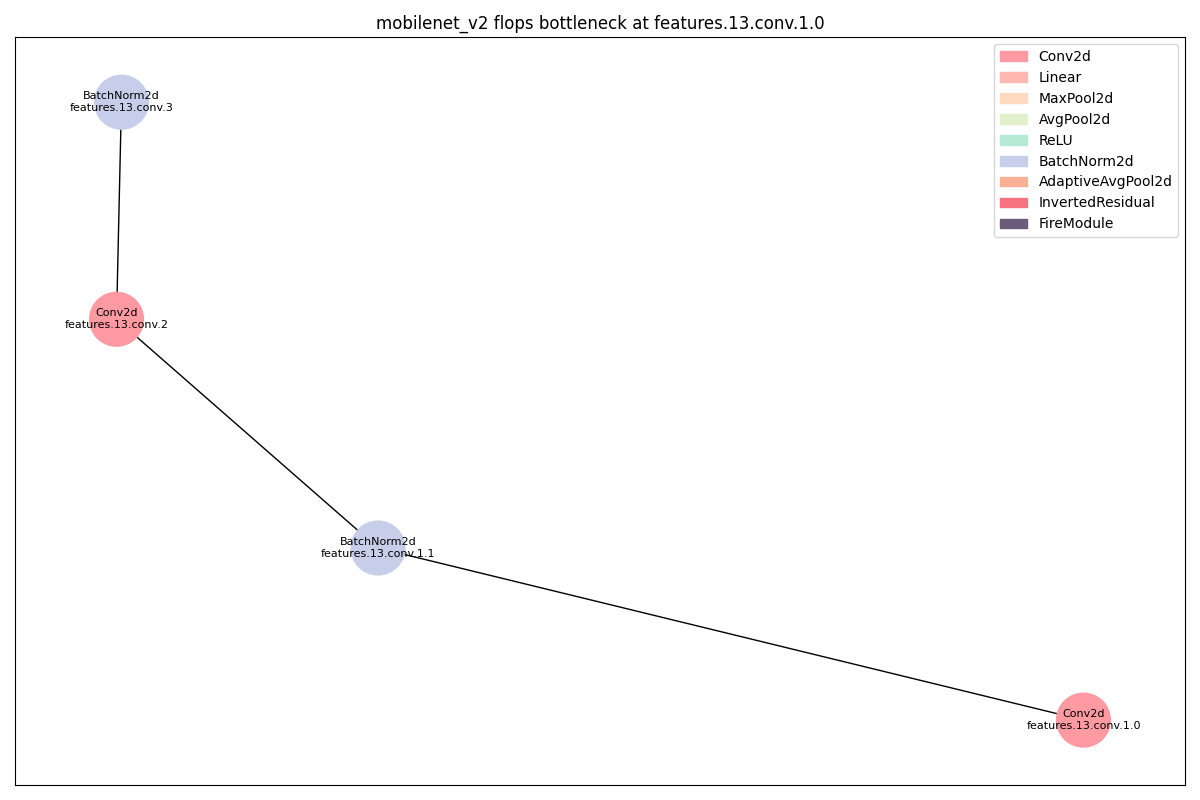
Before: dags/mobilenet_v2_flops_features_13_conv_1_0_op.png, a diagram exported from Graphviz (11222-Meng/DNN_Bottlen_Layer_Analysis). Its source is kept beside it as dags/mobilenet_v2_flops_features_13_conv_1_0_op.dot. Its diagram source:
```dot
strict digraph "" {
	Conv2d_0	[color="#FF9AA2",
		layer_name="features.13.conv.1.0",
		params=5184,
		type=Conv2d];
	BatchNorm2d_0	[color="#C7CEEA",
		layer_name="features.13.conv.1.1",
		params=1152,
		type=BatchNorm2d];
	Conv2d_0 -> BatchNorm2d_0;
	Conv2d_1	[color="#FF9AA2",
		layer_name="features.13.conv.2",
		params=55296,
		type=Conv2d];
	BatchNorm2d_0 -> Conv2d_1;
	BatchNorm2d_1	[color="#C7CEEA",
		layer_name="features.13.conv.3",
		params=192,
		type=BatchNorm2d];
	Conv2d_1 -> BatchNorm2d_1;
}
```
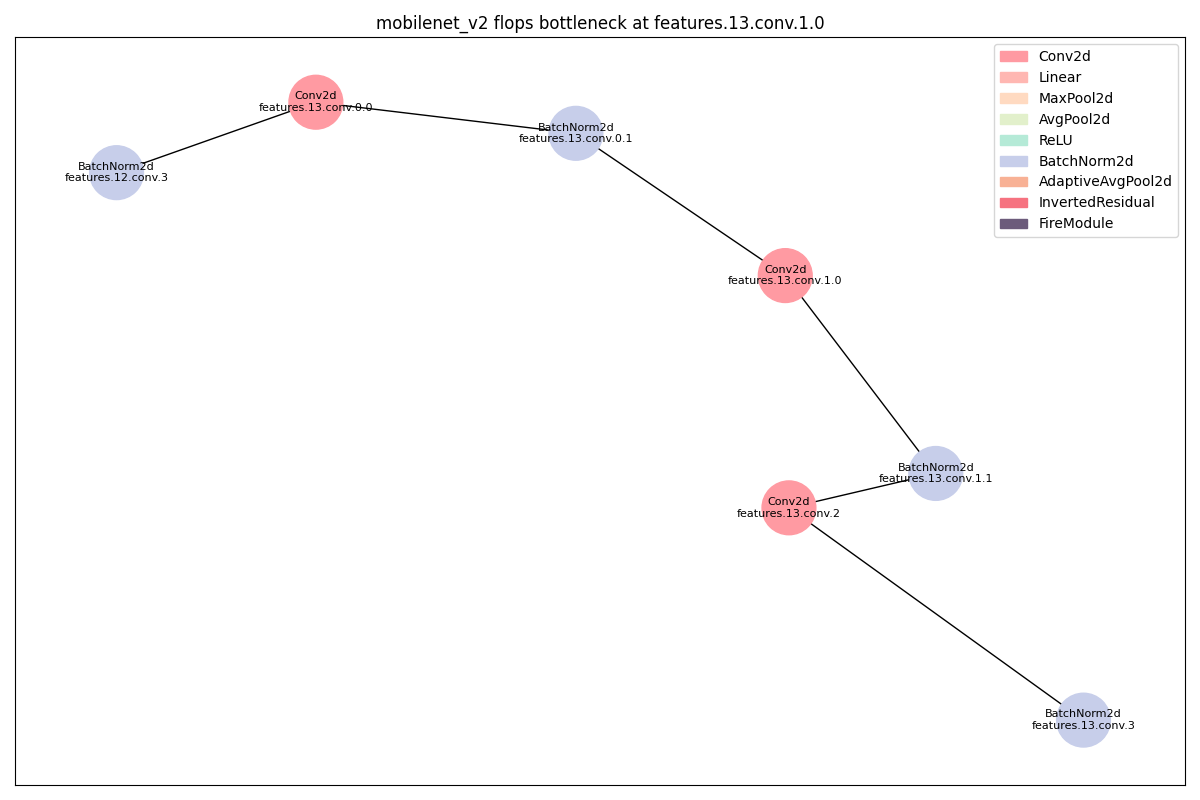
After the commit.

Diff of the diagram source:
```diff
@@ -1,21 +1,36 @@
 strict digraph "" {
+	BatchNorm2d_0	[color="#C7CEEA",
+		layer_name="features.12.conv.3",
+		params=192,
+		type=BatchNorm2d];
 	Conv2d_0	[color="#FF9AA2",
+		layer_name="features.13.conv.0.0",
+		params=55296,
+		type=Conv2d];
+	BatchNorm2d_0 -> Conv2d_0;
+	BatchNorm2d_1	[color="#C7CEEA",
+		layer_name="features.13.conv.0.1",
+		params=1152,
+		type=BatchNorm2d];
+	Conv2d_0 -> BatchNorm2d_1;
+	Conv2d_1	[color="#FF9AA2",
 		layer_name="features.13.conv.1.0",
 		params=5184,
 		type=Conv2d];
-	BatchNorm2d_0	[color="#C7CEEA",
+	BatchNorm2d_1 -> Conv2d_1;
+	BatchNorm2d_2	[color="#C7CEEA",
 		layer_name="features.13.conv.1.1",
 		params=1152,
 		type=BatchNorm2d];
-	Conv2d_0 -> BatchNorm2d_0;
-	Conv2d_1	[color="#FF9AA2",
+	Conv2d_1 -> BatchNorm2d_2;
+	Conv2d_2	[color="#FF9AA2",
 		layer_name="features.13.conv.2",
 		params=55296,
 		type=Conv2d];
-	BatchNorm2d_0 -> Conv2d_1;
-	BatchNorm2d_1	[color="#C7CEEA",
+	BatchNorm2d_2 -> Conv2d_2;
+	BatchNorm2d_3	[color="#C7CEEA",
 		layer_name="features.13.conv.3",
 		params=192,
 		type=BatchNorm2d];
-	Conv2d_1 -> BatchNorm2d_1;
+	Conv2d_2 -> BatchNorm2d_3;
 }
```
